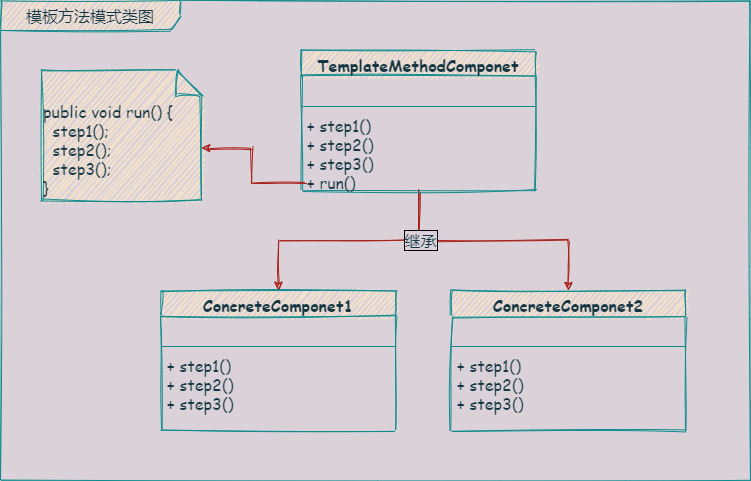
Above: template-method/template-method.png in mifengjun/java-design-patterns (draw.io), before the change. Source tidied: cells renumbered, new cells last; positions are measured from the earlier drawing's top-left corner, leaving out a move shared by most shapes.
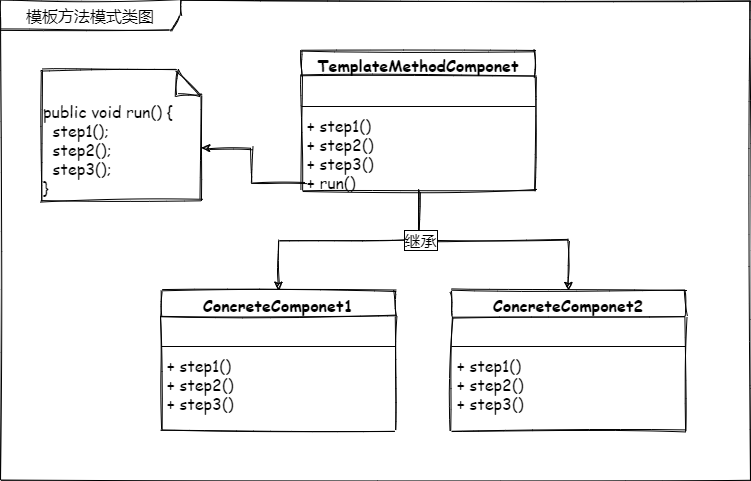
After the change.

Change to the diagram source:
```diff
@@ -1,59 +1,59 @@
-<mxGraphModel background="#DAD2D8">
+<mxGraphModel>
   <root>
     <mxCell id="0" />
     <mxCell id="1" parent="0" />
-    <mxCell id="2" value="模板方法模式类图" style="shape=umlFrame;whiteSpace=wrap;html=1;sketch=1;width=180;height=30;fontFamily=Comic Sans MS;fontSize=16;fillColor=#FAE5C7;strokeColor=#0F8B8D;fontColor=#143642;" parent="1" vertex="1">
+    <mxCell id="2" value="模板方法模式类图" style="shape=umlFrame;whiteSpace=wrap;html=1;sketch=1;width=180;height=30;fontFamily=Comic Sans MS;fontSize=16;" parent="1" vertex="1">
       <mxGeometry width="750" height="480" as="geometry" />
     </mxCell>
-    <mxCell id="3" style="edgeStyle=orthogonalEdgeStyle;rounded=0;sketch=1;jettySize=auto;html=1;exitX=0.5;exitY=1;exitDx=0;exitDy=0;entryX=0.5;entryY=0;entryDx=0;entryDy=0;fontFamily=Comic Sans MS;fontSize=16;labelBackgroundColor=#DAD2D8;strokeColor=#A8201A;fontColor=#143642;" parent="1" edge="1" source="6" target="12">
+    <mxCell id="3" style="edgeStyle=orthogonalEdgeStyle;rounded=0;sketch=1;jettySize=auto;html=1;exitX=0.5;exitY=1;exitDx=0;exitDy=0;entryX=0.5;entryY=0;entryDx=0;entryDy=0;fontFamily=Comic Sans MS;fontSize=16;" parent="1" edge="1" source="6" target="12">
       <mxGeometry relative="1" as="geometry" />
     </mxCell>
-    <mxCell id="4" style="edgeStyle=orthogonalEdgeStyle;rounded=0;sketch=1;jettySize=auto;html=1;exitX=0.5;exitY=1;exitDx=0;exitDy=0;fontFamily=Comic Sans MS;fontSize=16;labelBackgroundColor=#DAD2D8;strokeColor=#A8201A;fontColor=#143642;" parent="1" edge="1" source="6" target="16">
+    <mxCell id="4" style="edgeStyle=orthogonalEdgeStyle;rounded=0;sketch=1;jettySize=auto;html=1;exitX=0.5;exitY=1;exitDx=0;exitDy=0;fontFamily=Comic Sans MS;fontSize=16;" parent="1" edge="1" source="6" target="16">
       <mxGeometry relative="1" as="geometry" />
     </mxCell>
-    <mxCell id="5" value="继承" style="edgeLabel;html=1;align=center;verticalAlign=middle;fontSize=16;fontFamily=Comic Sans MS;labelBorderColor=#000000;labelBackgroundColor=#DAD2D8;fontColor=#143642;" parent="4" vertex="1">
+    <mxCell id="5" value="继承" style="edgeLabel;html=1;align=center;verticalAlign=middle;fontSize=16;fontFamily=Comic Sans MS;labelBorderColor=#000000;" parent="4" vertex="1">
       <mxGeometry x="-0.59" y="1" relative="1" as="geometry" />
     </mxCell>
-    <mxCell id="6" value="TemplateMethodComponet" style="swimlane;fontStyle=1;align=center;verticalAlign=top;horizontal=1;startSize=26;sketch=1;fontFamily=Comic Sans MS;fontSize=16;fillColor=#FAE5C7;strokeColor=#0F8B8D;fontColor=#143642;" parent="1" vertex="1">
+    <mxCell id="6" value="TemplateMethodComponet" style="swimlane;fontStyle=1;align=center;verticalAlign=top;horizontal=1;startSize=26;sketch=1;fontFamily=Comic Sans MS;fontSize=16;" parent="1" vertex="1">
       <mxGeometry x="301" y="50" width="234" height="140" as="geometry" />
     </mxCell>
-    <mxCell id="7" value=" " style="text;strokeColor=none;fillColor=none;align=left;verticalAlign=top;spacingLeft=4;spacingRight=4;overflow=hidden;fontFamily=Comic Sans MS;fontSize=16;fontColor=#143642;" parent="6" vertex="1">
+    <mxCell id="7" value=" " style="text;strokeColor=none;fillColor=none;align=left;verticalAlign=top;spacingLeft=4;spacingRight=4;overflow=hidden;fontFamily=Comic Sans MS;fontSize=16;" parent="6" vertex="1">
       <mxGeometry y="26" width="234" height="26" as="geometry" />
     </mxCell>
-    <mxCell id="8" style="line;strokeWidth=1;fillColor=none;align=left;verticalAlign=middle;spacingTop=-1;spacingLeft=3;spacingRight=3;labelPosition=right;fontFamily=Comic Sans MS;fontSize=16;labelBackgroundColor=#DAD2D8;strokeColor=#0F8B8D;fontColor=#143642;" parent="6" vertex="1">
+    <mxCell id="8" style="line;strokeWidth=1;fillColor=none;align=left;verticalAlign=middle;spacingTop=-1;spacingLeft=3;spacingRight=3;labelPosition=right;fontFamily=Comic Sans MS;fontSize=16;" parent="6" vertex="1">
       <mxGeometry y="52" width="234" height="8" as="geometry" />
     </mxCell>
-    <mxCell id="9" value="+ step1()&#10;+ step2()&#10;+ step3()&#10;+ run()" style="text;strokeColor=none;fillColor=none;align=left;verticalAlign=top;spacingLeft=4;spacingRight=4;overflow=hidden;points=[[0,0.5],[1,0.5]];portConstraint=eastwest;fontFamily=Comic Sans MS;fontSize=16;fontColor=#143642;" parent="6" vertex="1">
+    <mxCell id="9" value="+ step1()&#10;+ step2()&#10;+ step3()&#10;+ run()" style="text;strokeColor=none;fillColor=none;align=left;verticalAlign=top;spacingLeft=4;spacingRight=4;overflow=hidden;points=[[0,0.5],[1,0.5]];portConstraint=eastwest;fontFamily=Comic Sans MS;fontSize=16;" parent="6" vertex="1">
       <mxGeometry y="60" width="234" height="80" as="geometry" />
     </mxCell>
-    <mxCell id="10" value="public void run() {&lt;br style=&quot;font-size: 16px;&quot;&gt;&amp;nbsp; step1();&lt;br style=&quot;font-size: 16px;&quot;&gt;&amp;nbsp; step2();&lt;br style=&quot;font-size: 16px;&quot;&gt;&amp;nbsp; step3();&lt;br style=&quot;font-size: 16px;&quot;&gt;}" style="shape=note2;boundedLbl=1;whiteSpace=wrap;html=1;size=25;verticalAlign=top;align=left;sketch=1;fontFamily=Comic Sans MS;fontSize=16;fillColor=#FAE5C7;strokeColor=#0F8B8D;fontColor=#143642;" parent="1" vertex="1">
+    <mxCell id="10" value="public void run() {&lt;br style=&quot;font-size: 16px;&quot;&gt;&amp;nbsp; step1();&lt;br style=&quot;font-size: 16px;&quot;&gt;&amp;nbsp; step2();&lt;br style=&quot;font-size: 16px;&quot;&gt;&amp;nbsp; step3();&lt;br style=&quot;font-size: 16px;&quot;&gt;}" style="shape=note2;boundedLbl=1;whiteSpace=wrap;html=1;size=25;verticalAlign=top;align=left;sketch=1;fontFamily=Comic Sans MS;fontSize=16;" parent="1" vertex="1">
       <mxGeometry x="41" y="70" width="160" height="130" as="geometry" />
     </mxCell>
-    <mxCell id="11" style="edgeStyle=orthogonalEdgeStyle;rounded=0;sketch=1;jettySize=auto;html=1;exitX=0.017;exitY=0.9;exitDx=0;exitDy=0;exitPerimeter=0;entryX=0;entryY=0;entryDx=160;entryDy=77.5;entryPerimeter=0;fontFamily=Comic Sans MS;fontSize=16;labelBackgroundColor=#DAD2D8;strokeColor=#A8201A;fontColor=#143642;" parent="1" edge="1" source="9" target="10">
+    <mxCell id="11" style="edgeStyle=orthogonalEdgeStyle;rounded=0;sketch=1;jettySize=auto;html=1;exitX=0.017;exitY=0.9;exitDx=0;exitDy=0;exitPerimeter=0;entryX=0;entryY=0;entryDx=160;entryDy=77.5;entryPerimeter=0;fontFamily=Comic Sans MS;fontSize=16;" parent="1" edge="1" source="9" target="10">
       <mxGeometry relative="1" as="geometry" />
     </mxCell>
-    <mxCell id="12" value="ConcreteComponet1" style="swimlane;fontStyle=1;align=center;verticalAlign=top;horizontal=1;startSize=26;sketch=1;fontFamily=Comic Sans MS;fontSize=16;fillColor=#FAE5C7;strokeColor=#0F8B8D;fontColor=#143642;" parent="1" vertex="1">
+    <mxCell id="12" value="ConcreteComponet1" style="swimlane;fontStyle=1;align=center;verticalAlign=top;horizontal=1;startSize=26;sketch=1;fontFamily=Comic Sans MS;fontSize=16;" parent="1" vertex="1">
       <mxGeometry x="161" y="290" width="234" height="140" as="geometry" />
     </mxCell>
-    <mxCell id="13" value=" " style="text;strokeColor=none;fillColor=none;align=left;verticalAlign=top;spacingLeft=4;spacingRight=4;overflow=hidden;fontFamily=Comic Sans MS;fontSize=16;fontColor=#143642;" parent="12" vertex="1">
+    <mxCell id="13" value=" " style="text;strokeColor=none;fillColor=none;align=left;verticalAlign=top;spacingLeft=4;spacingRight=4;overflow=hidden;fontFamily=Comic Sans MS;fontSize=16;" parent="12" vertex="1">
       <mxGeometry y="26" width="234" height="26" as="geometry" />
     </mxCell>
-    <mxCell id="14" style="line;strokeWidth=1;fillColor=none;align=left;verticalAlign=middle;spacingTop=-1;spacingLeft=3;spacingRight=3;labelPosition=right;fontFamily=Comic Sans MS;fontSize=16;labelBackgroundColor=#DAD2D8;strokeColor=#0F8B8D;fontColor=#143642;" parent="12" vertex="1">
+    <mxCell id="14" style="line;strokeWidth=1;fillColor=none;align=left;verticalAlign=middle;spacingTop=-1;spacingLeft=3;spacingRight=3;labelPosition=right;fontFamily=Comic Sans MS;fontSize=16;" parent="12" vertex="1">
       <mxGeometry y="52" width="234" height="8" as="geometry" />
     </mxCell>
-    <mxCell id="15" value="+ step1()&#10;+ step2()&#10;+ step3()" style="text;strokeColor=none;fillColor=none;align=left;verticalAlign=top;spacingLeft=4;spacingRight=4;overflow=hidden;fontFamily=Comic Sans MS;fontSize=16;fontColor=#143642;" parent="12" vertex="1">
+    <mxCell id="15" value="+ step1()&#10;+ step2()&#10;+ step3()" style="text;strokeColor=none;fillColor=none;align=left;verticalAlign=top;spacingLeft=4;spacingRight=4;overflow=hidden;fontFamily=Comic Sans MS;fontSize=16;" parent="12" vertex="1">
       <mxGeometry y="60" width="234" height="80" as="geometry" />
     </mxCell>
-    <mxCell id="16" value="ConcreteComponet2" style="swimlane;fontStyle=1;align=center;verticalAlign=top;horizontal=1;startSize=26;sketch=1;fontFamily=Comic Sans MS;fontSize=16;fillColor=#FAE5C7;strokeColor=#0F8B8D;fontColor=#143642;" parent="1" vertex="1">
+    <mxCell id="16" value="ConcreteComponet2" style="swimlane;fontStyle=1;align=center;verticalAlign=top;horizontal=1;startSize=26;sketch=1;fontFamily=Comic Sans MS;fontSize=16;" parent="1" vertex="1">
       <mxGeometry x="451" y="290" width="234" height="140" as="geometry" />
     </mxCell>
-    <mxCell id="17" value=" " style="text;strokeColor=none;fillColor=none;align=left;verticalAlign=top;spacingLeft=4;spacingRight=4;overflow=hidden;fontFamily=Comic Sans MS;fontSize=16;fontColor=#143642;" parent="16" vertex="1">
+    <mxCell id="17" value=" " style="text;strokeColor=none;fillColor=none;align=left;verticalAlign=top;spacingLeft=4;spacingRight=4;overflow=hidden;fontFamily=Comic Sans MS;fontSize=16;" parent="16" vertex="1">
       <mxGeometry y="26" width="234" height="26" as="geometry" />
     </mxCell>
-    <mxCell id="18" style="line;strokeWidth=1;fillColor=none;align=left;verticalAlign=middle;spacingTop=-1;spacingLeft=3;spacingRight=3;labelPosition=right;fontFamily=Comic Sans MS;fontSize=16;labelBackgroundColor=#DAD2D8;strokeColor=#0F8B8D;fontColor=#143642;" parent="16" vertex="1">
+    <mxCell id="18" style="line;strokeWidth=1;fillColor=none;align=left;verticalAlign=middle;spacingTop=-1;spacingLeft=3;spacingRight=3;labelPosition=right;fontFamily=Comic Sans MS;fontSize=16;" parent="16" vertex="1">
       <mxGeometry y="52" width="234" height="8" as="geometry" />
     </mxCell>
-    <mxCell id="19" value="+ step1()&#10;+ step2()&#10;+ step3()" style="text;strokeColor=none;fillColor=none;align=left;verticalAlign=top;spacingLeft=4;spacingRight=4;overflow=hidden;fontFamily=Comic Sans MS;fontSize=16;fontColor=#143642;" parent="16" vertex="1">
+    <mxCell id="19" value="+ step1()&#10;+ step2()&#10;+ step3()" style="text;strokeColor=none;fillColor=none;align=left;verticalAlign=top;spacingLeft=4;spacingRight=4;overflow=hidden;fontFamily=Comic Sans MS;fontSize=16;" parent="16" vertex="1">
       <mxGeometry y="60" width="234" height="80" as="geometry" />
     </mxCell>
   </root>
```
